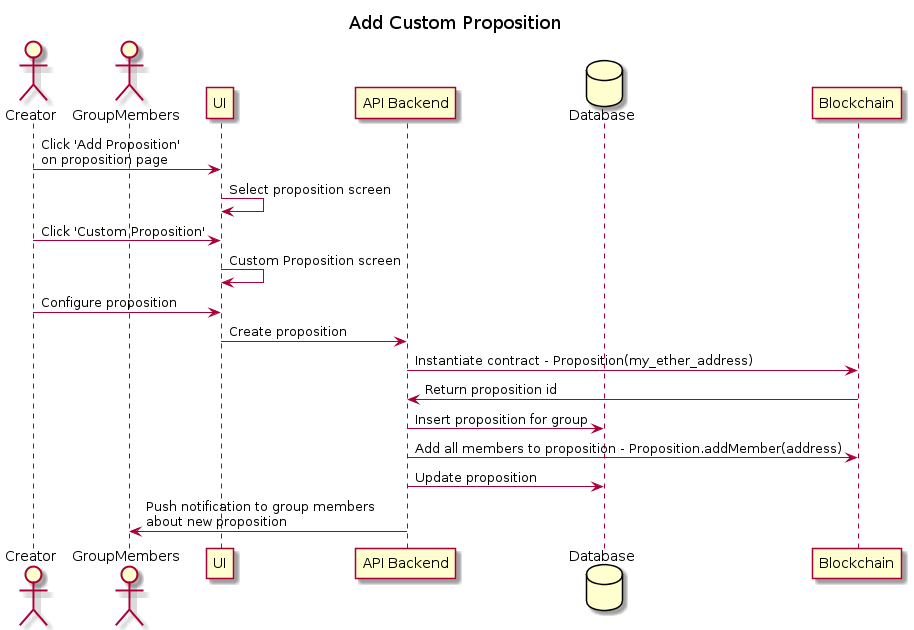
This is docs/Diagrams/out/UserStories/Add Custom Proposition.png from adhurjaty/prediction-app, a PlantUML export, as it was before one commit. Source of this version:
```plantuml
@startuml Add Custom Proposition

title Add Custom Proposition

actor Creator as creator
actor GroupMembers as member
participant UI as ui
participant "API Backend" as api
database Database as db
participant Blockchain as bc

creator -> ui : Click 'Add Proposition'\non proposition page
ui -> ui : Select proposition screen
creator -> ui : Click 'Custom Proposition'
ui -> ui : Custom Proposition screen
creator -> ui : Configure proposition
ui -> api: Create proposition
api -> bc: Instantiate contract - Proposition(my_ether_address)
bc -> api : Return proposition id
api -> db : Insert proposition for group
api -> bc: Add all members to proposition - Proposition.addMember(address)
api -> db : Update proposition
api -> member: Push notification to group members \nabout new proposition

@enduml
```
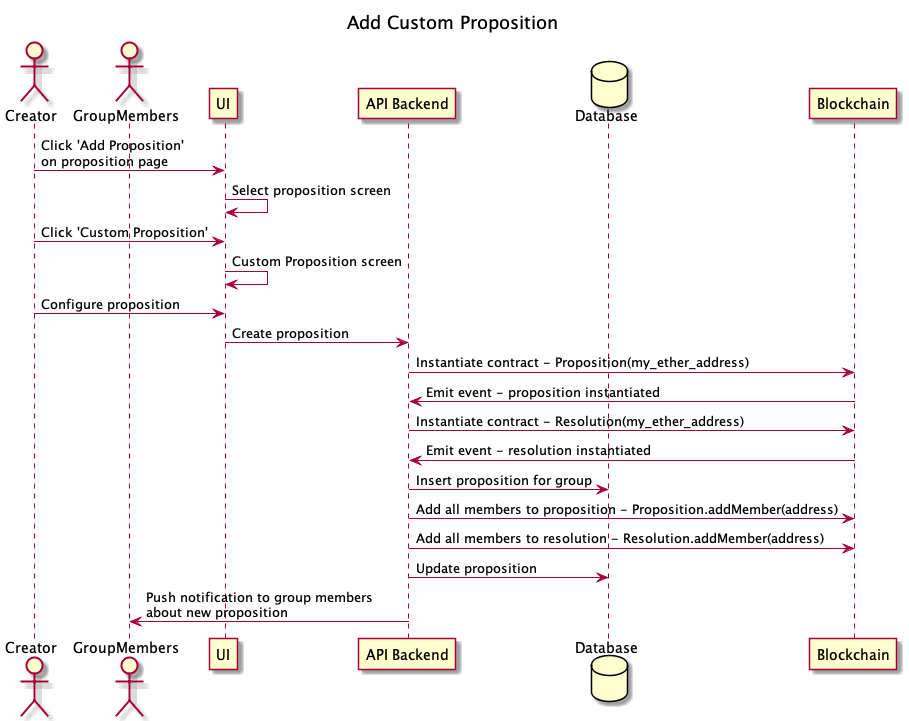
The same diagram one commit later.

The edit, as a diff of the source:
```diff
@@ -14,11 +14,14 @@
 creator -> ui : Click 'Custom Proposition'
 ui -> ui : Custom Proposition screen
 creator -> ui : Configure proposition
-ui -> api: Create proposition
-api -> bc: Instantiate contract - Proposition(my_ether_address)
-bc -> api : Return proposition id
+ui -> api : Create proposition
+api -> bc : Instantiate contract - Proposition(my_ether_address)
+bc -> api : Emit event - proposition instantiated
+api -> bc : Instantiate contract - Resolution(my_ether_address)
+bc -> api : Emit event - resolution instantiated
 api -> db : Insert proposition for group
-api -> bc: Add all members to proposition - Proposition.addMember(address)
+api -> bc : Add all members to proposition - Proposition.addMember(address)
+api -> bc : Add all members to resolution - Resolution.addMember(address)
 api -> db : Update proposition
 api -> member: Push notification to group members \nabout new proposition
 
```
